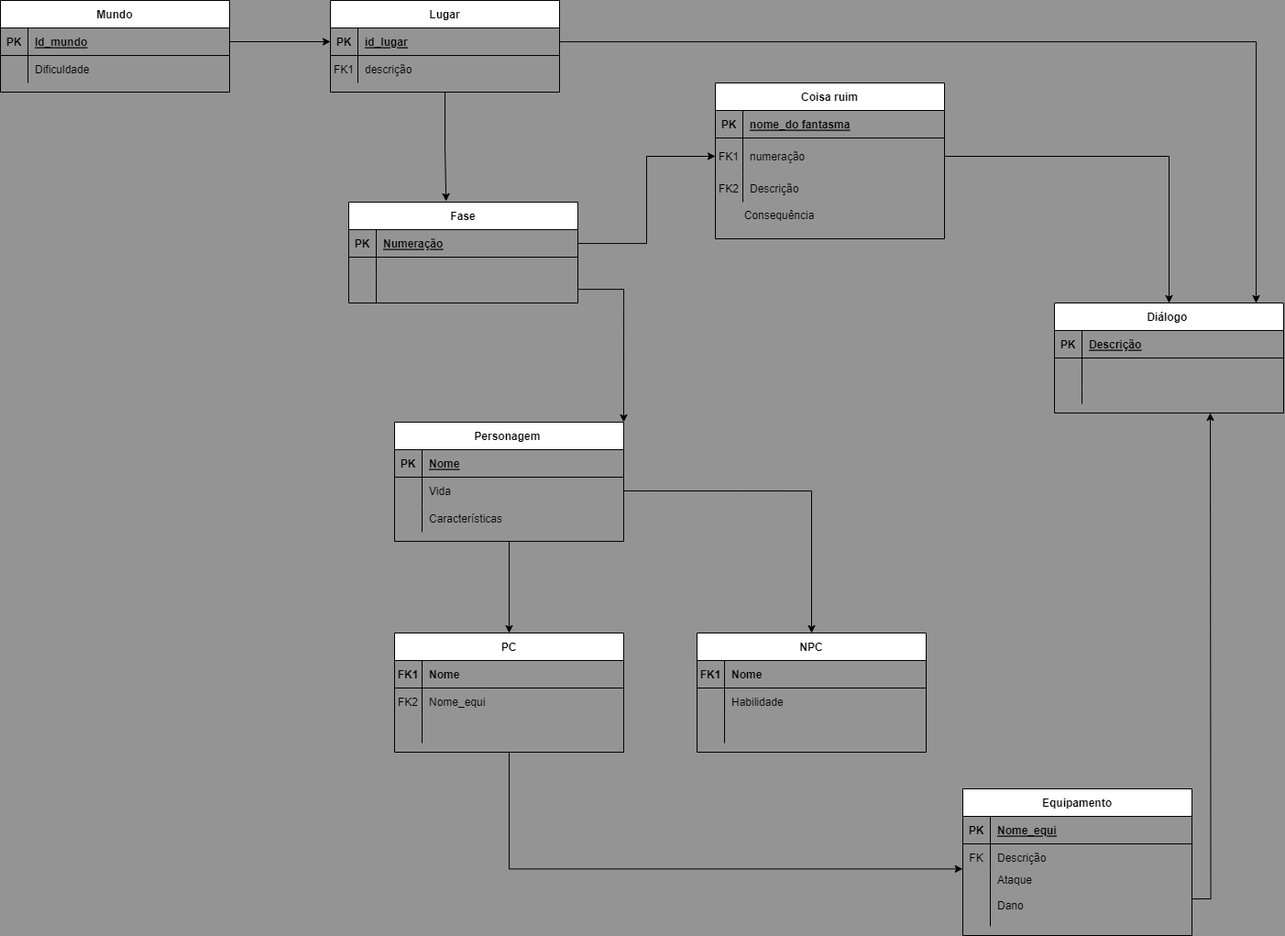
SBD1/2024-1---Ghost-Busters keeps this draw.io diagram as docs/Modulo1/assets/MREL.png. Above is the earlier version. Source tidied: cells renumbered, new cells last; positions are measured from the earlier drawing's top-left corner, leaving out a move shared by most shapes.
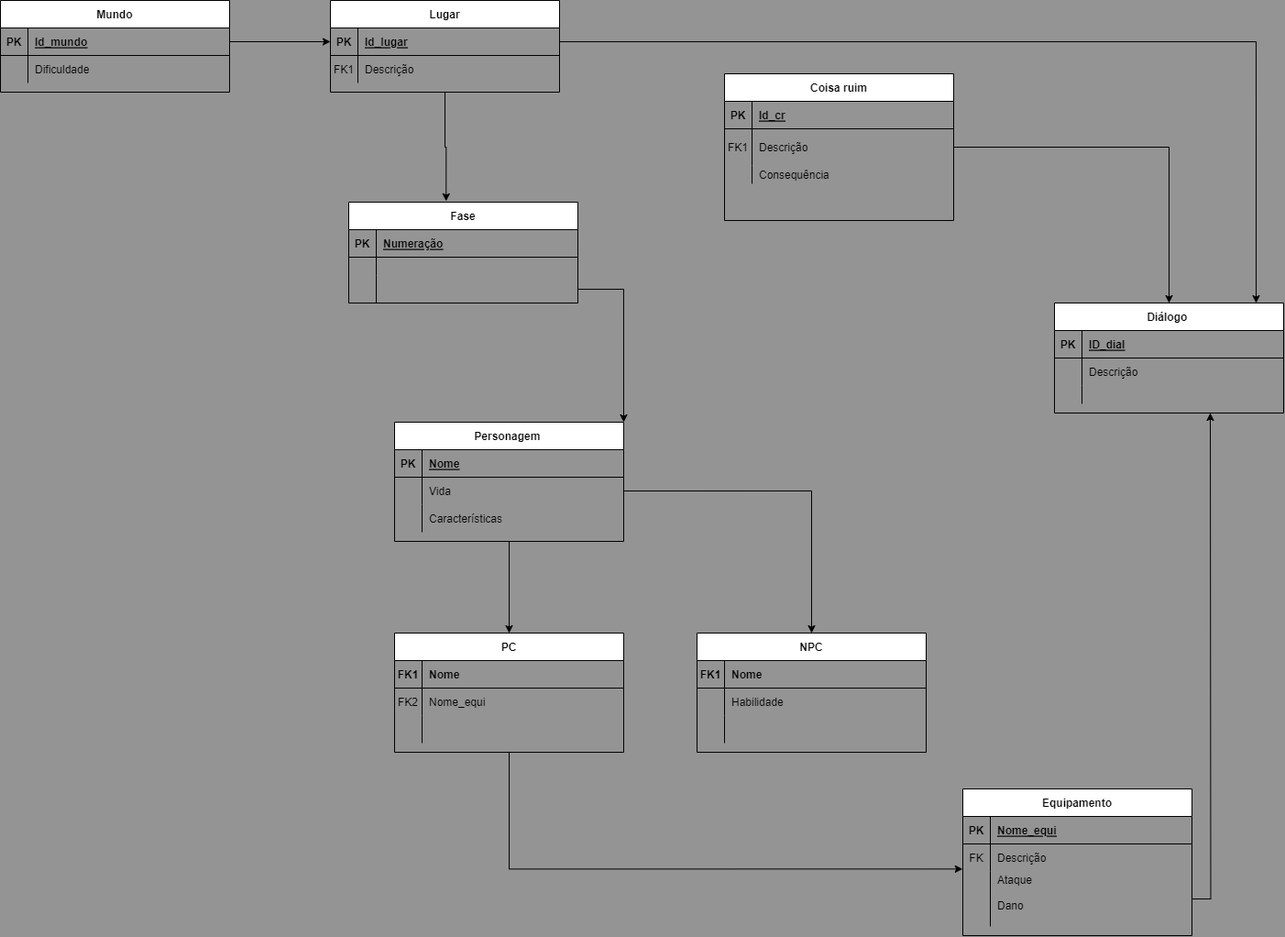
Above is the later version.

The edit, as a diff of the source:
```diff
@@ -11,7 +11,7 @@
     <mxCell id="4" value="PK" style="shape=partialRectangle;overflow=hidden;fillColor=none;top=0;left=0;bottom=0;right=0;fontStyle=1;" parent="3" vertex="1">
       <mxGeometry width="30" height="30" as="geometry" />
     </mxCell>
-    <mxCell id="5" value="id_lugar" style="shape=partialRectangle;overflow=hidden;fillColor=none;top=0;left=0;bottom=0;right=0;align=left;spacingLeft=6;fontStyle=5;" parent="3" vertex="1">
+    <mxCell id="5" value="Id_lugar" style="shape=partialRectangle;overflow=hidden;fillColor=none;top=0;left=0;bottom=0;right=0;align=left;spacingLeft=6;fontStyle=5;" parent="3" vertex="1">
       <mxGeometry x="30" width="220" height="30" as="geometry" />
     </mxCell>
     <mxCell id="6" style="shape=partialRectangle;fillColor=none;top=0;left=0;right=0;bottom=0;" parent="2" vertex="1">
@@ -20,7 +20,7 @@
     <mxCell id="7" value="FK1" style="shape=partialRectangle;overflow=hidden;fillColor=none;top=0;left=0;bottom=0;right=0;" parent="6" vertex="1">
       <mxGeometry width="30" height="30" as="geometry" />
     </mxCell>
-    <mxCell id="8" value="descrição" style="shape=partialRectangle;overflow=hidden;fillColor=none;top=0;left=0;bottom=0;right=0;align=left;spacingLeft=6;" parent="6" vertex="1">
+    <mxCell id="8" value="Descrição" style="shape=partialRectangle;overflow=hidden;fillColor=none;top=0;left=0;bottom=0;right=0;align=left;spacingLeft=6;" parent="6" vertex="1">
       <mxGeometry x="30" width="220" height="30" as="geometry" />
     </mxCell>
     <mxCell id="9" value="Mundo" style="shape=table;startSize=30;rowLines=0;fontStyle=1;align=center;" parent="1" vertex="1">
@@ -173,7 +173,7 @@
     <mxCell id="58" value="PK" style="shape=partialRectangle;overflow=hidden;fillColor=none;top=0;left=0;bottom=0;right=0;fontStyle=1;" parent="57" vertex="1">
       <mxGeometry width="30" height="30" as="geometry" />
     </mxCell>
-    <mxCell id="59" value="Descrição" style="shape=partialRectangle;overflow=hidden;fillColor=none;top=0;left=0;bottom=0;right=0;align=left;spacingLeft=6;fontStyle=5;" parent="57" vertex="1">
+    <mxCell id="59" value="ID_dial" style="shape=partialRectangle;overflow=hidden;fillColor=none;top=0;left=0;bottom=0;right=0;align=left;spacingLeft=6;fontStyle=5;" parent="57" vertex="1">
       <mxGeometry x="30" width="220" height="30" as="geometry" />
     </mxCell>
     <mxCell id="60" style="shape=partialRectangle;fillColor=none;top=0;left=0;right=0;bottom=0;" parent="56" vertex="1">
@@ -182,7 +182,7 @@
     <mxCell id="61" style="shape=partialRectangle;overflow=hidden;fillColor=none;top=0;left=0;bottom=0;right=0;" parent="60" vertex="1">
       <mxGeometry width="30" height="30" as="geometry" />
     </mxCell>
-    <mxCell id="62" style="shape=partialRectangle;overflow=hidden;fillColor=none;top=0;left=0;bottom=0;right=0;align=left;spacingLeft=6;" parent="60" vertex="1">
+    <mxCell id="62" value="Descrição" style="shape=partialRectangle;overflow=hidden;fillColor=none;top=0;left=0;bottom=0;right=0;align=left;spacingLeft=6;" parent="60" vertex="1">
       <mxGeometry x="30" width="220" height="30" as="geometry" />
     </mxCell>
     <mxCell id="63" style="shape=partialRectangle;fillColor=none;top=0;left=0;right=0;bottom=0;" parent="56" vertex="1">
@@ -228,7 +228,7 @@
       <mxGeometry x="30" width="220" height="30" as="geometry" />
     </mxCell>
     <mxCell id="77" value="Coisa ruim" style="shape=table;startSize=30;rowLines=0;fontStyle=1;align=center;" parent="1" vertex="1">
-      <mxGeometry x="780" y="90" width="250" height="170" as="geometry" />
+      <mxGeometry x="790" y="80" width="250" height="160" as="geometry" />
     </mxCell>
     <mxCell id="78" style="shape=partialRectangle;fillColor=none;top=0;left=0;right=0;bottom=1;" parent="77" vertex="1">
       <mxGeometry y="30" width="250" height="30" as="geometry" />
@@ -236,7 +236,7 @@
     <mxCell id="79" value="PK" style="shape=partialRectangle;overflow=hidden;fillColor=none;top=0;left=0;bottom=0;right=0;fontStyle=1;" parent="78" vertex="1">
       <mxGeometry width="30" height="30" as="geometry" />
     </mxCell>
-    <mxCell id="80" value="nome_do fantasma" style="shape=partialRectangle;overflow=hidden;fillColor=none;top=0;left=0;bottom=0;right=0;align=left;spacingLeft=6;fontStyle=5;" parent="78" vertex="1">
+    <mxCell id="80" value="Id_cr" style="shape=partialRectangle;overflow=hidden;fillColor=none;top=0;left=0;bottom=0;right=0;align=left;spacingLeft=6;fontStyle=5;" parent="78" vertex="1">
       <mxGeometry x="30" width="220" height="30" as="geometry" />
     </mxCell>
     <mxCell id="81" style="shape=partialRectangle;fillColor=none;points=[[0,0.5],[1,0.5]];portConstraint=eastwest;top=0;left=0;right=0;bottom=0;" parent="77" vertex="1">
@@ -245,21 +245,18 @@
     <mxCell id="82" value="FK1" style="shape=partialRectangle;overflow=hidden;fillColor=none;top=0;left=0;bottom=0;right=0;" parent="81" vertex="1">
       <mxGeometry width="30" height="40" as="geometry" />
     </mxCell>
-    <mxCell id="83" value="numeração" style="shape=partialRectangle;overflow=hidden;fillColor=none;top=0;left=0;bottom=0;right=0;align=left;spacingLeft=6;" parent="81" vertex="1">
+    <mxCell id="83" value="Descrição" style="shape=partialRectangle;overflow=hidden;fillColor=none;top=0;left=0;bottom=0;right=0;align=left;spacingLeft=6;" parent="81" vertex="1">
       <mxGeometry x="30" width="220" height="40" as="geometry" />
     </mxCell>
     <mxCell id="84" style="shape=partialRectangle;fillColor=none;top=0;left=0;right=0;bottom=0;" parent="77" vertex="1">
-      <mxGeometry y="100" width="250" height="30" as="geometry" />
+      <mxGeometry y="100" width="250" height="20" as="geometry" />
     </mxCell>
-    <mxCell id="85" value="FK2" style="shape=partialRectangle;overflow=hidden;fillColor=none;top=0;left=0;bottom=0;right=0;" parent="84" vertex="1">
-      <mxGeometry width="30" height="30" as="geometry" />
+    <mxCell id="85" style="shape=partialRectangle;overflow=hidden;fillColor=none;top=0;left=0;bottom=0;right=0;" parent="84" vertex="1">
+      <mxGeometry width="30" height="20" as="geometry" />
     </mxCell>
-    <mxCell id="86" value="Descrição" style="shape=partialRectangle;overflow=hidden;fillColor=none;top=0;left=0;bottom=0;right=0;align=left;spacingLeft=6;" parent="84" vertex="1">
-      <mxGeometry x="30" width="220" height="30" as="geometry" />
+    <mxCell id="86" value="Consequência" style="shape=partialRectangle;overflow=hidden;fillColor=none;top=0;left=0;bottom=0;right=0;align=left;spacingLeft=6;" parent="84" vertex="1">
+      <mxGeometry x="30" width="220" height="20" as="geometry" />
     </mxCell>
-    <mxCell id="87" value="Consequência" style="text;html=1;align=center;verticalAlign=middle;whiteSpace=wrap;rounded=0;" parent="1" vertex="1">
-      <mxGeometry x="820" y="220" width="60" height="30" as="geometry" />
-    </mxCell>
     <mxCell id="88" style="edgeStyle=orthogonalEdgeStyle;rounded=0;jettySize=auto;html=1;exitX=1;exitY=0.5;exitDx=0;exitDy=0;entryX=0.5;entryY=0;entryDx=0;entryDy=0;" parent="1" edge="1" source="71" target="16">
       <mxGeometry relative="1" as="geometry" />
     </mxCell>
@@ -280,9 +277,6 @@
         <mxPoint x="1320" y="450" as="targetPoint" />
       </mxGeometry>
     </mxCell>
-    <mxCell id="94" style="edgeStyle=orthogonalEdgeStyle;rounded=0;jettySize=auto;html=1;entryX=0;entryY=0.5;entryDx=0;entryDy=0;" parent="1" edge="1" source="27" target="81">
-      <mxGeometry relative="1" as="geometry" />
-    </mxCell>
     <mxCell id="95" style="edgeStyle=orthogonalEdgeStyle;rounded=0;jettySize=auto;html=1;exitX=0.5;exitY=1;exitDx=0;exitDy=0;entryX=0.425;entryY=-0.01;entryDx=0;entryDy=0;entryPerimeter=0;" parent="1" edge="1" source="2" target="26">
       <mxGeometry relative="1" as="geometry" />
     </mxCell>
```
